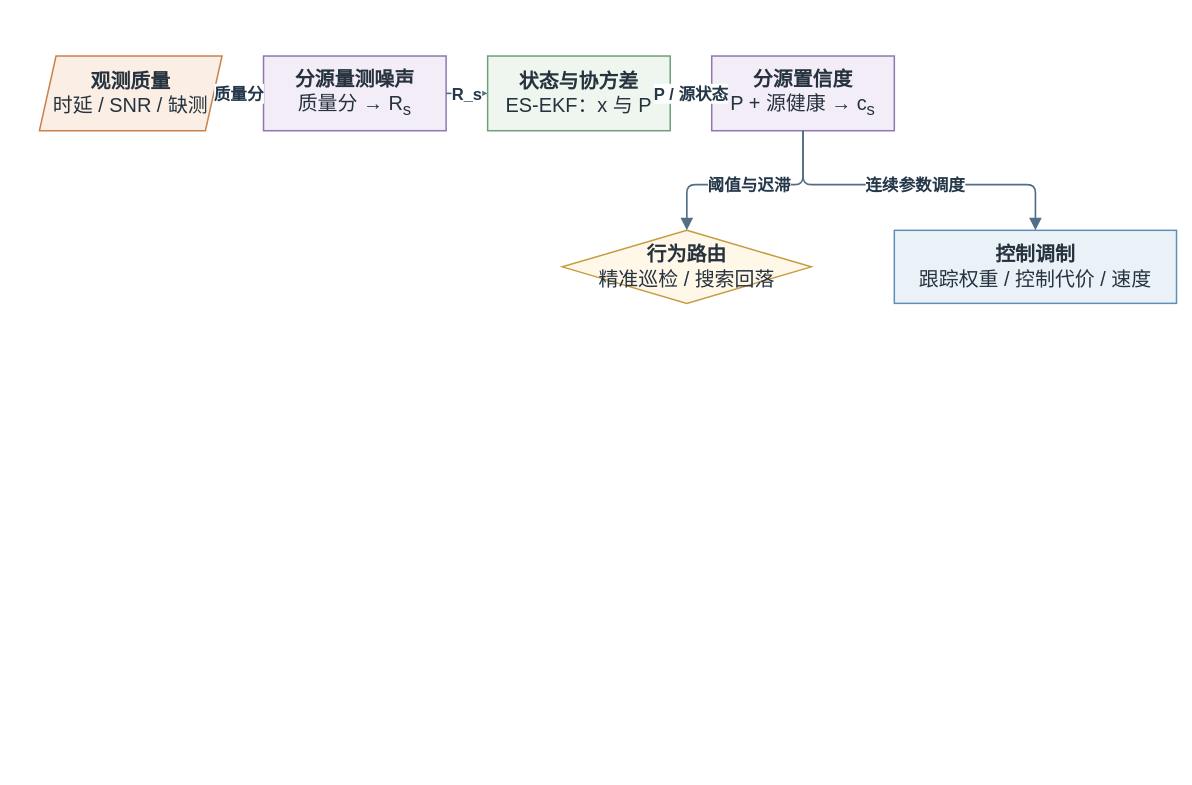
This is thesis/figures/architecture/auv_v2_uncertainty_highway.drawio from 360ZMEM/AUV-Master-Mag, a draw.io file, before an edit. Source tidied: cells renumbered, new cells numbered last; positions are measured from the earlier drawing's top-left corner, leaving out a move shared by most shapes. Both pictures are drawn from the tidied source at 83%, with x=0, y=0 at pixel (39, 56).
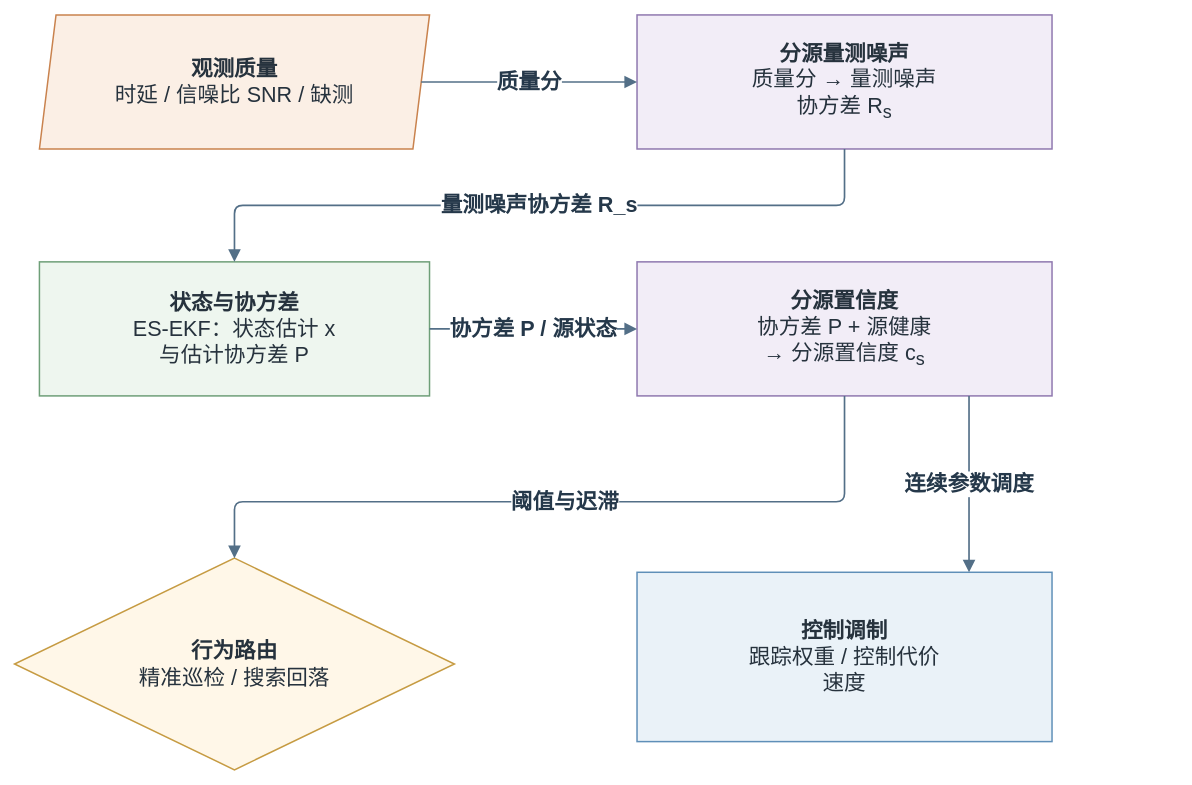
After the change.

Change to the diagram source:
```diff
@@
 <mxGraphModel>
   <root>
     <mxCell id="0" />
     <mxCell id="1" parent="0" />
-    <mxCell id="2" value="&lt;b&gt;观测质量&lt;/b&gt;&lt;br&gt;时延 / SNR / 缺测" style="shape=parallelogram;perimeter=parallelogramPerimeter;fixedSize=1;whiteSpace=wrap;html=1;align=center;verticalAlign=middle;fillColor=#FBEFE5;strokeColor=#C9824D;strokeWidth=1.8;spacing=8;fontFamily=Songti SC;fontSize=24;fontColor=#26323D;" parent="1" vertex="1">
-      <mxGeometry width="220" height="90" as="geometry" />
+    <mxCell id="2" value="&lt;b&gt;观测质量&lt;/b&gt;&lt;br&gt;时延 / 信噪比 SNR / 缺测" style="shape=parallelogram;perimeter=parallelogramPerimeter;fixedSize=1;whiteSpace=wrap;html=1;align=center;verticalAlign=middle;fillColor=#FBEFE5;strokeColor=#C9824D;strokeWidth=1.8;spacing=6.8;fontFamily=Songti SC;fontSize=24;fontColor=#26323D;fontSize=26;" parent="1" vertex="1">
+      <mxGeometry y="-49.5" width="470" height="161.5" as="geometry" />
     </mxCell>
-    <mxCell id="3" value="&lt;b&gt;分源量测噪声&lt;/b&gt;&lt;br&gt;质量分 → R&lt;sub&gt;s&lt;/sub&gt;" style="rounded=0;whiteSpace=wrap;html=1;align=center;verticalAlign=middle;fillColor=#F2EDF7;strokeColor=#8F78AF;strokeWidth=1.8;spacing=8;fontFamily=Songti SC;fontSize=24;fontColor=#26323D;" parent="1" vertex="1">
-      <mxGeometry x="270" width="220" height="90" as="geometry" />
+    <mxCell id="3" value="&lt;b&gt;分源量测噪声&lt;/b&gt;&lt;br&gt;质量分 → 量测噪声&lt;br&gt;协方差 R&lt;sub&gt;s&lt;/sub&gt;" style="rounded=0;whiteSpace=wrap;html=1;align=center;verticalAlign=middle;fillColor=#F2EDF7;strokeColor=#8F78AF;strokeWidth=1.8;spacing=6.8;fontFamily=Songti SC;fontSize=24;fontColor=#26323D;fontSize=26;" parent="1" vertex="1">
+      <mxGeometry x="720" y="-49.5" width="500" height="161.5" as="geometry" />
     </mxCell>
-    <mxCell id="4" value="&lt;b&gt;状态与协方差&lt;/b&gt;&lt;br&gt;ES-EKF：x 与 P" style="rounded=0;whiteSpace=wrap;html=1;align=center;verticalAlign=middle;fillColor=#EEF6EF;strokeColor=#6E9F78;strokeWidth=1.8;spacing=8;fontFamily=Songti SC;fontSize=24;fontColor=#26323D;" parent="1" vertex="1">
-      <mxGeometry x="540" width="220" height="90" as="geometry" />
+    <mxCell id="4" value="&lt;b&gt;状态与协方差&lt;/b&gt;&lt;br&gt;ES-EKF：状态估计 x&lt;br&gt;与估计协方差 P" style="rounded=0;whiteSpace=wrap;html=1;align=center;verticalAlign=middle;fillColor=#EEF6EF;strokeColor=#6E9F78;strokeWidth=1.8;spacing=6.8;fontFamily=Songti SC;fontSize=24;fontColor=#26323D;fontSize=26;" parent="1" vertex="1">
+      <mxGeometry y="248" width="470" height="161.5" as="geometry" />
     </mxCell>
-    <mxCell id="5" value="&lt;b&gt;分源置信度&lt;/b&gt;&lt;br&gt;P + 源健康 → c&lt;sub&gt;s&lt;/sub&gt;" style="rounded=0;whiteSpace=wrap;html=1;align=center;verticalAlign=middle;fillColor=#F2EDF7;strokeColor=#8F78AF;strokeWidth=1.8;spacing=8;fontFamily=Songti SC;fontSize=24;fontColor=#26323D;" parent="1" vertex="1">
-      <mxGeometry x="810" width="220" height="90" as="geometry" />
+    <mxCell id="5" value="&lt;b&gt;分源置信度&lt;/b&gt;&lt;br&gt;协方差 P + 源健康&lt;br&gt;→ 分源置信度 c&lt;sub&gt;s&lt;/sub&gt;" style="rounded=0;whiteSpace=wrap;html=1;align=center;verticalAlign=middle;fillColor=#F2EDF7;strokeColor=#8F78AF;strokeWidth=1.8;spacing=6.8;fontFamily=Songti SC;fontSize=24;fontColor=#26323D;fontSize=26;" parent="1" vertex="1">
+      <mxGeometry x="720" y="248" width="500" height="161.5" as="geometry" />
     </mxCell>
-    <mxCell id="6" value="&lt;b&gt;行为路由&lt;/b&gt;&lt;br&gt;精准巡检 / 搜索回落" style="rhombus;whiteSpace=wrap;html=1;align=center;verticalAlign=middle;fillColor=#FFF7E8;strokeColor=#C69B42;strokeWidth=1.8;spacing=8;fontFamily=Songti SC;fontSize=24;fontColor=#26323D;" parent="1" vertex="1">
-      <mxGeometry x="630" y="210" width="300" height="88" as="geometry" />
+    <mxCell id="6" value="&lt;b&gt;行为路由&lt;/b&gt;&lt;br&gt;精准巡检 / 搜索回落" style="rhombus;whiteSpace=wrap;html=1;align=center;verticalAlign=middle;fillColor=#FFF7E8;strokeColor=#C69B42;strokeWidth=1.8;spacing=6.8;fontFamily=Songti SC;fontSize=24;fontColor=#26323D;fontSize=26;" parent="1" vertex="1">
+      <mxGeometry x="-30" y="605" width="530" height="255" as="geometry" />
     </mxCell>
-    <mxCell id="7" value="&lt;b&gt;控制调制&lt;/b&gt;&lt;br&gt;跟踪权重 / 控制代价 / 速度" style="rounded=0;whiteSpace=wrap;html=1;align=center;verticalAlign=middle;fillColor=#EAF2F8;strokeColor=#5F8FB8;strokeWidth=1.8;spacing=8;fontFamily=Songti SC;fontSize=24;fontColor=#26323D;" parent="1" vertex="1">
-      <mxGeometry x="1030" y="210" width="340" height="88" as="geometry" />
+    <mxCell id="7" value="&lt;b&gt;控制调制&lt;/b&gt;&lt;br&gt;跟踪权重 / 控制代价&lt;br&gt;速度" style="rounded=0;whiteSpace=wrap;html=1;align=center;verticalAlign=middle;fillColor=#EAF2F8;strokeColor=#5F8FB8;strokeWidth=1.8;spacing=6.8;fontFamily=Songti SC;fontSize=24;fontColor=#26323D;fontSize=26;" parent="1" vertex="1">
+      <mxGeometry x="720" y="622" width="500" height="204" as="geometry" />
     </mxCell>
-    <mxCell id="8" value="质量分" style="edgeStyle=orthogonalEdgeStyle;rounded=1;jettySize=auto;html=1;strokeColor=#536F87;strokeWidth=2.0;fontFamily=Songti SC;fontSize=20;fontStyle=1;fontColor=#25384A;labelBackgroundColor=#FFFFFF;labelBorderColor=none;endArrow=block;endFill=1;endSize=10;exitX=1;entryX=0;" parent="1" edge="1" source="2" target="3">
+    <mxCell id="8" value="质量分" style="edgeStyle=orthogonalEdgeStyle;rounded=1;jettySize=auto;html=1;strokeColor=#536F87;strokeWidth=2.0;fontFamily=Songti SC;fontSize=20;fontStyle=1;fontColor=#25384A;labelBackgroundColor=#FFFFFF;labelBorderColor=none;endArrow=block;endFill=1;endSize=10;fontSize=26;exitX=1;exitY=0.5;entryX=0;entryY=0.5;" parent="1" edge="1" source="2" target="3">
       <mxGeometry relative="1" as="geometry" />
     </mxCell>
-    <mxCell id="9" value="R_s" style="edgeStyle=orthogonalEdgeStyle;rounded=1;jettySize=auto;html=1;strokeColor=#536F87;strokeWidth=2.0;fontFamily=Songti SC;fontSize=20;fontStyle=1;fontColor=#25384A;labelBackgroundColor=#FFFFFF;labelBorderColor=none;endArrow=block;endFill=1;endSize=10;exitX=1;entryX=0;" parent="1" edge="1" source="3" target="4">
-      <mxGeometry relative="1" as="geometry" />
+    <mxCell id="9" value="量测噪声协方差 R_s" style="edgeStyle=orthogonalEdgeStyle;rounded=1;jettySize=auto;html=1;strokeColor=#536F87;strokeWidth=2.0;fontFamily=Songti SC;fontSize=20;fontStyle=1;fontColor=#25384A;labelBackgroundColor=#FFFFFF;labelBorderColor=none;endArrow=block;endFill=1;endSize=10;fontSize=26;exitX=0.5;exitY=1;entryX=0.5;entryY=0;entryPerimeter=0;" parent="1" edge="1" source="3" target="4">
+      <mxGeometry relative="1" as="geometry">
+        <Array as="points">
+          <mxPoint x="970" y="180" />
+          <mxPoint x="235" y="180" />
+        </Array>
+      </mxGeometry>
     </mxCell>
-    <mxCell id="10" value="P / 源状态" style="edgeStyle=orthogonalEdgeStyle;rounded=1;jettySize=auto;html=1;strokeColor=#536F87;strokeWidth=2.0;fontFamily=Songti SC;fontSize=20;fontStyle=1;fontColor=#25384A;labelBackgroundColor=#FFFFFF;labelBorderColor=none;endArrow=block;endFill=1;endSize=10;exitX=1;entryX=0;" parent="1" edge="1" source="4" target="5">
+    <mxCell id="10" value="协方差 P / 源状态" style="edgeStyle=orthogonalEdgeStyle;rounded=1;jettySize=auto;html=1;strokeColor=#536F87;strokeWidth=2.0;fontFamily=Songti SC;fontSize=20;fontStyle=1;fontColor=#25384A;labelBackgroundColor=#FFFFFF;labelBorderColor=none;endArrow=block;endFill=1;endSize=10;fontSize=26;exitX=1;exitY=0.5;entryX=0;entryY=0.5;" parent="1" edge="1" source="4" target="5">
       <mxGeometry relative="1" as="geometry" />
     </mxCell>
-    <mxCell id="11" value="阈值与迟滞" style="edgeStyle=orthogonalEdgeStyle;rounded=1;jettySize=auto;html=1;strokeColor=#536F87;strokeWidth=2.0;fontFamily=Songti SC;fontSize=20;fontStyle=1;fontColor=#25384A;labelBackgroundColor=#FFFFFF;labelBorderColor=none;endArrow=block;endFill=1;endSize=10;exitX=0.5;exitY=1;entryX=0.5;entryY=0;" parent="1" edge="1" source="5" target="6">
+    <mxCell id="11" value="阈值与迟滞" style="edgeStyle=orthogonalEdgeStyle;rounded=1;jettySize=auto;html=1;strokeColor=#536F87;strokeWidth=2.0;fontFamily=Songti SC;fontSize=20;fontStyle=1;fontColor=#25384A;labelBackgroundColor=#FFFFFF;labelBorderColor=none;endArrow=block;endFill=1;endSize=10;fontSize=26;exitX=0.5;exitY=1;entryX=0.5;entryY=0;entryPerimeter=0;" parent="1" edge="1" source="5" target="6">
       <mxGeometry relative="1" as="geometry">
         <Array as="points">
-          <mxPoint x="920" y="155" />
-          <mxPoint x="780" y="155" />
+          <mxPoint x="970" y="537" />
+          <mxPoint x="235" y="537" />
         </Array>
       </mxGeometry>
     </mxCell>
-    <mxCell id="12" value="连续参数调度" style="edgeStyle=orthogonalEdgeStyle;rounded=1;jettySize=auto;html=1;strokeColor=#536F87;strokeWidth=2.0;fontFamily=Songti SC;fontSize=20;fontStyle=1;fontColor=#25384A;labelBackgroundColor=#FFFFFF;labelBorderColor=none;endArrow=block;endFill=1;endSize=10;exitX=0.5;exitY=1;entryX=0.5;entryY=0;" parent="1" edge="1" source="5" target="7">
-      <mxGeometry relative="1" as="geometry">
-        <Array as="points">
-          <mxPoint x="920" y="155" />
-          <mxPoint x="1200" y="155" />
-        </Array>
-      </mxGeometry>
+    <mxCell id="12" value="连续参数调度" style="edgeStyle=orthogonalEdgeStyle;rounded=1;jettySize=auto;html=1;strokeColor=#536F87;strokeWidth=2.0;fontFamily=Songti SC;fontSize=20;fontStyle=1;fontColor=#25384A;labelBackgroundColor=#FFFFFF;labelBorderColor=none;endArrow=block;endFill=1;endSize=10;fontSize=26;exitX=0.8;exitY=1;entryX=0.8;entryY=0;entryPerimeter=0;" parent="1" edge="1" source="5" target="7">
+      <mxGeometry relative="1" as="geometry" />
     </mxCell>
   </root>
 </mxGraphModel>
```
